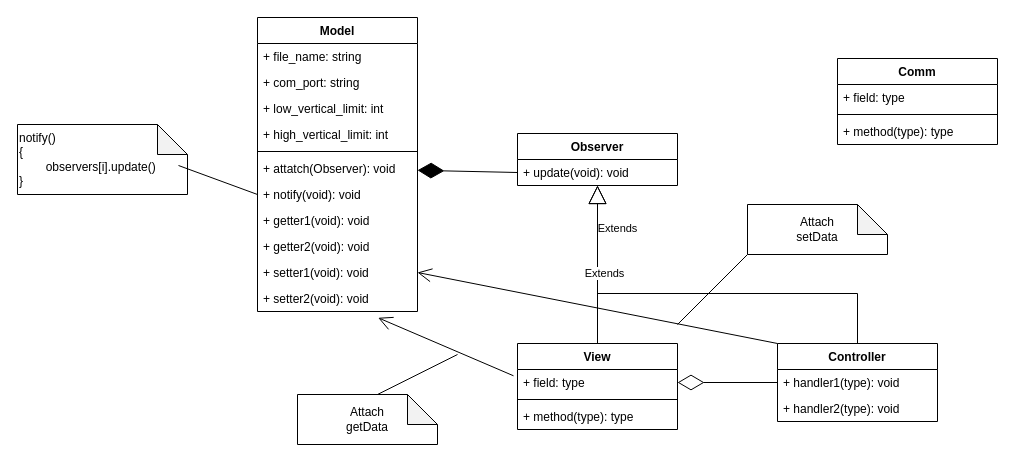
The draw.io diagram page "Page-2" (2 of 3) of serialEventHdlr/scanner/doc/scanner.drawio in johanp1/HackDay, before the edit. Source tidied: cells renumbered, new cells numbered last; positions are measured from the earlier drawing's top-left corner, leaving out a move shared by most shapes. Both pictures are drawn from the tidied source at 100%, with x=0, y=0 at pixel (17, 17).
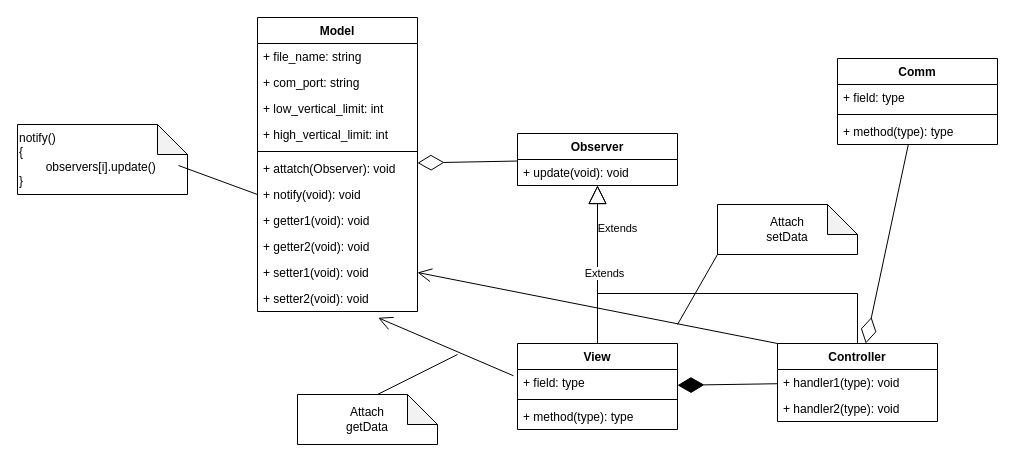
The same page after the edit.

The change refers to these unchanged cells:
```xml
<mxCell id="2" value="Model" style="swimlane;fontStyle=1;align=center;verticalAlign=top;horizontal=1;startSize=26;" parent="1" vertex="1">
  <mxGeometry x="240" width="160" height="294" as="geometry" />
</mxCell>
<mxCell id="8" value="+ attatch(Observer): void" style="text;strokeColor=none;fillColor=none;align=left;verticalAlign=top;spacingLeft=4;spacingRight=4;overflow=hidden;points=[[0,0.5],[1,0.5]];portConstraint=eastwest;" parent="2" vertex="1">
  <mxGeometry y="138" width="160" height="26" as="geometry" />
</mxCell>
<mxCell id="14" value="View" style="swimlane;fontStyle=1;align=center;verticalAlign=top;horizontal=1;startSize=26;" parent="1" vertex="1">
  <mxGeometry x="500" y="326" width="160" height="86" as="geometry" />
</mxCell>
<mxCell id="15" value="+ field: type" style="text;strokeColor=none;fillColor=none;align=left;verticalAlign=top;spacingLeft=4;spacingRight=4;overflow=hidden;points=[[0,0.5],[1,0.5]];portConstraint=eastwest;" parent="14" vertex="1">
  <mxGeometry y="26" width="160" height="26" as="geometry" />
</mxCell>
<mxCell id="18" value="Controller" style="swimlane;fontStyle=1;align=center;verticalAlign=top;horizontal=1;startSize=26;" parent="1" vertex="1">
  <mxGeometry x="760" y="326" width="160" height="78" as="geometry" />
</mxCell>
<mxCell id="22" value="Observer" style="swimlane;fontStyle=1;align=center;verticalAlign=top;horizontal=1;startSize=26;" parent="1" vertex="1">
  <mxGeometry x="500" y="116" width="160" height="52" as="geometry" />
</mxCell>
<mxCell id="27" value="Comm" style="swimlane;fontStyle=1;align=center;verticalAlign=top;horizontal=1;startSize=26;" parent="1" vertex="1">
  <mxGeometry x="820" y="41" width="160" height="86" as="geometry" />
</mxCell>
```

What changed in the source:
```diff
@@
-    <mxCell id="21" style="endArrow=diamondThin;endFill=0;endSize=24;html=1;rounded=0;entryX=1;entryY=0.5;entryDx=0;entryDy=0;exitX=0;exitY=0.5;exitDx=0;exitDy=0;" parent="1" edge="1" target="15">
-      <mxGeometry relative="1" as="geometry">
-        <mxPoint x="760" y="365" as="sourcePoint" />
-      </mxGeometry>
-    </mxCell>
@@
-    <mxCell id="26" style="endArrow=diamondThin;endFill=1;endSize=24;html=1;rounded=0;exitX=0;exitY=0.5;exitDx=0;exitDy=0;" parent="1" edge="1" target="8">
-      <mxGeometry relative="1" as="geometry">
-        <mxPoint x="500" y="155" as="sourcePoint" />
-      </mxGeometry>
-    </mxCell>
@@
     <mxCell id="34" value="Attach&lt;br&gt;setData" style="shape=note;whiteSpace=wrap;html=1;backgroundOutline=1;darkOpacity=0.05;" parent="1" vertex="1">
-      <mxGeometry x="730" y="187" width="140" height="50" as="geometry" />
+      <mxGeometry x="700" y="187" width="140" height="50" as="geometry" />
     </mxCell>
@@
+    <mxCell id="39" style="endArrow=diamondThin;endFill=0;endSize=24;html=1;rounded=0;" parent="1" edge="1" source="22" target="2">
+      <mxGeometry relative="1" as="geometry" />
+    </mxCell>
+    <mxCell id="40" style="endArrow=diamondThin;endFill=1;endSize=24;html=1;rounded=0;" parent="1" edge="1" source="18" target="14">
+      <mxGeometry relative="1" as="geometry" />
+    </mxCell>
+    <mxCell id="41" style="endArrow=diamondThin;endFill=0;endSize=24;html=1;rounded=0;" parent="1" edge="1" source="27" target="18">
+      <mxGeometry relative="1" as="geometry" />
+    </mxCell>
```
